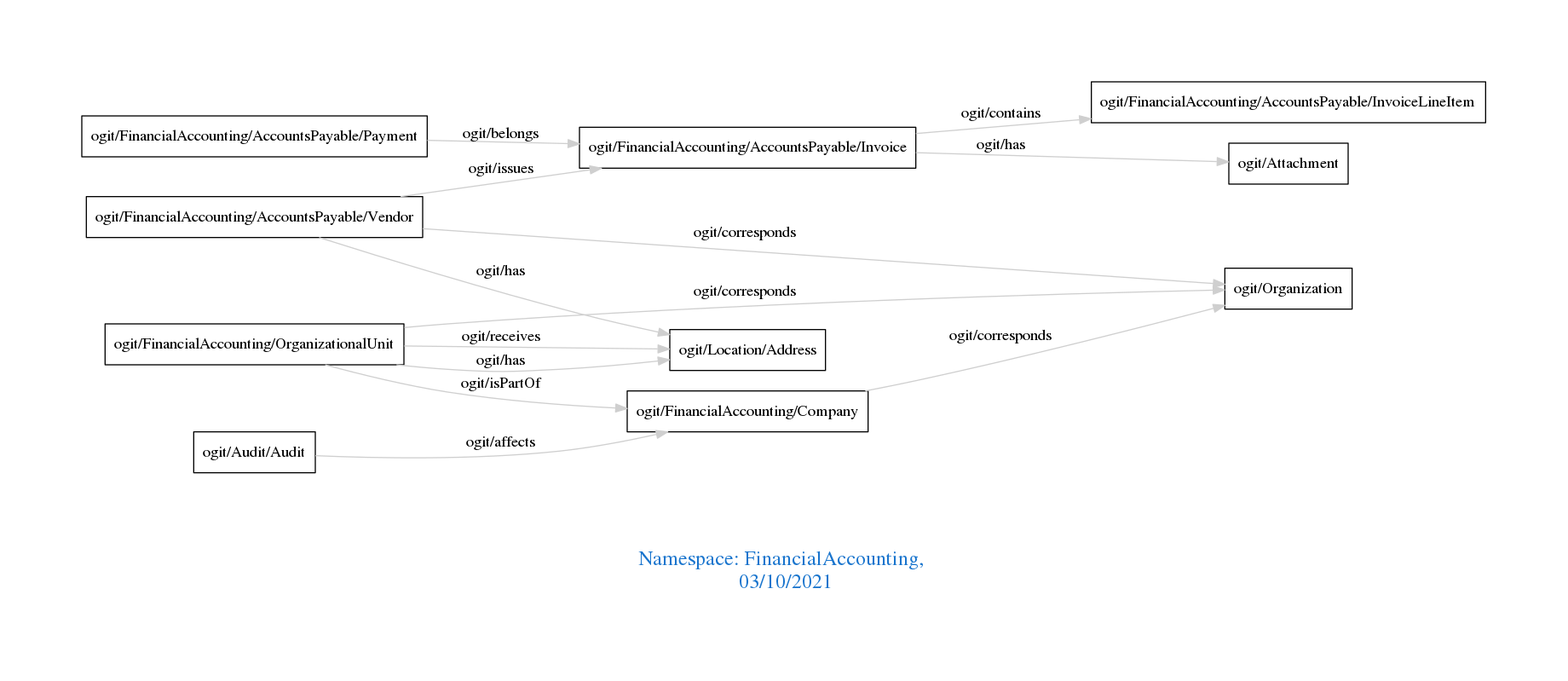
The Graphviz diagram downloads/FinancialAccounting.png in arago/OGIT, before a commit. Its source is kept beside it as downloads/FinancialAccounting.dot.
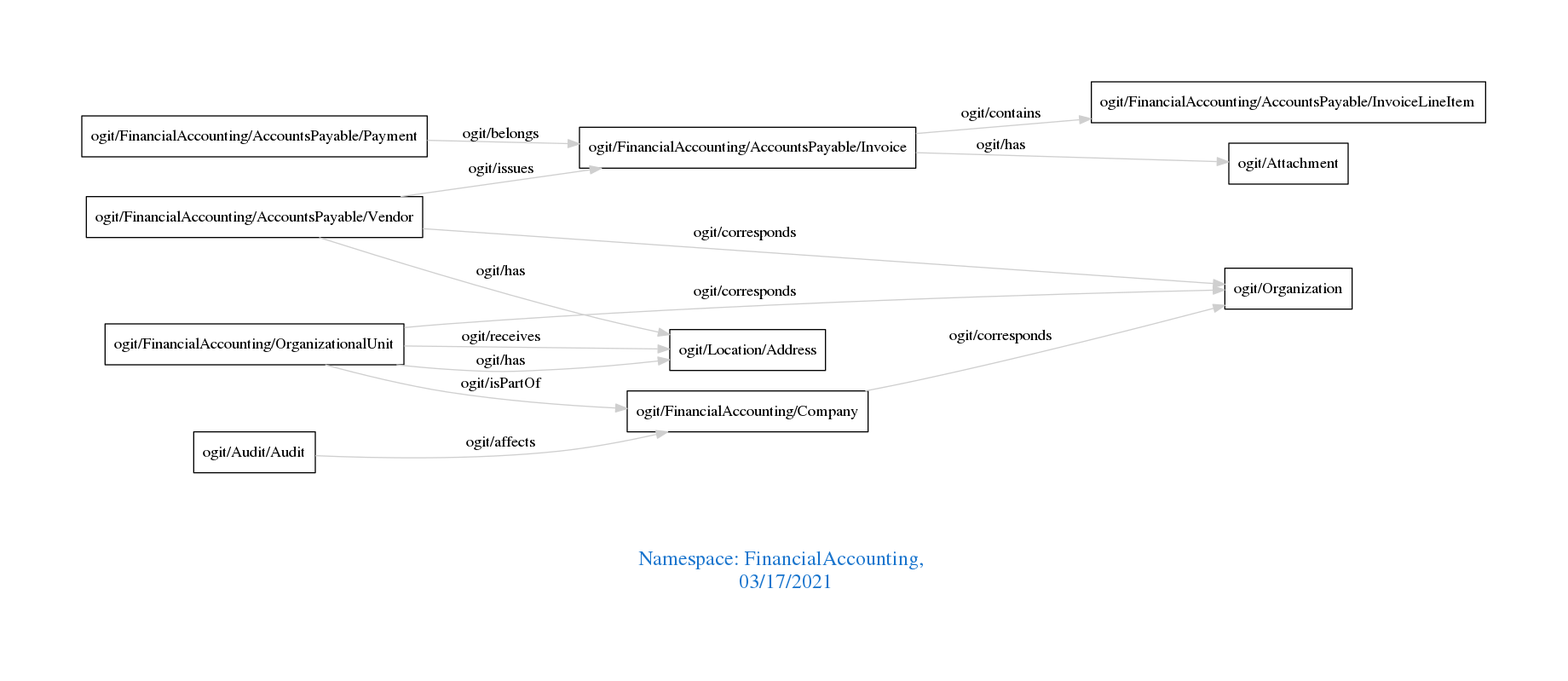
After the change.

What changed in the source:
```diff
@@ -1,7 +1,7 @@
 digraph OGIT_ontology {
  graph [ rankdir= LR,pad=1
 fontsize = 18,
-fontcolor= dodgerblue3,label = "\n\n\nNamespace: FinancialAccounting, \n 03/10/2021"];
+fontcolor= dodgerblue3,label = "\n\n\nNamespace: FinancialAccounting, \n 03/17/2021"];
 node[shape=polygon];
 edge [  color="gray81"];
 
```
